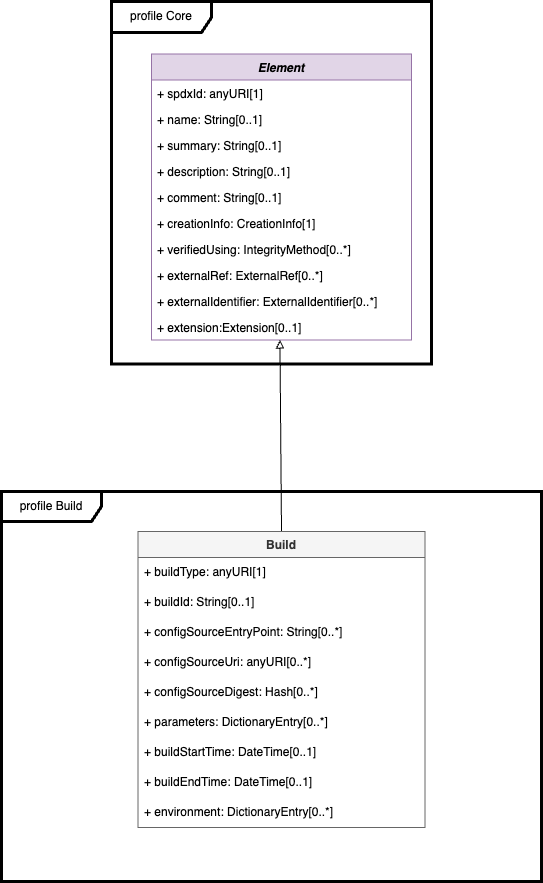
spdx/spdx-3-model keeps this draw.io diagram as model Build.png. Above is the earlier version. Source tidied: cells renumbered, new cells last; positions are measured from the earlier drawing's top-left corner, leaving out a move shared by most shapes. Its diagram source:
```xml
<mxGraphModel>
  <root>
    <mxCell id="0" />
    <mxCell id="1" parent="0" />
    <mxCell id="2" value="profile Core" style="shape=umlFrame;whiteSpace=wrap;html=1;width=100;height=31;strokeWidth=3;" parent="1" vertex="1">
      <mxGeometry x="110" width="320" height="362.5" as="geometry" />
    </mxCell>
    <mxCell id="3" value="Element" style="swimlane;fontStyle=3;horizontal=1;startSize=26;fillColor=#e1d5e7;strokeColor=#9673a6;" parent="1" vertex="1">
      <mxGeometry x="150" y="52.5" width="260" height="286" as="geometry" />
    </mxCell>
    <mxCell id="4" value="+ spdxId: anyURI[1]" style="text;strokeColor=none;fillColor=none;align=left;verticalAlign=top;spacingLeft=4;spacingRight=4;overflow=hidden;" parent="3" vertex="1">
      <mxGeometry y="26" width="260" height="26" as="geometry" />
    </mxCell>
    <mxCell id="5" value="+ name: String[0..1]" style="text;strokeColor=none;fillColor=none;align=left;verticalAlign=top;spacingLeft=4;spacingRight=4;overflow=hidden;" parent="3" vertex="1">
      <mxGeometry y="52" width="260" height="26" as="geometry" />
    </mxCell>
    <mxCell id="6" value="+ summary: String[0..1]" style="text;strokeColor=none;fillColor=none;align=left;verticalAlign=top;spacingLeft=4;spacingRight=4;overflow=hidden;" parent="3" vertex="1">
      <mxGeometry y="78" width="260" height="26" as="geometry" />
    </mxCell>
    <mxCell id="7" value="+ description: String[0..1]" style="text;strokeColor=none;fillColor=none;align=left;verticalAlign=top;spacingLeft=4;spacingRight=4;overflow=hidden;" parent="3" vertex="1">
      <mxGeometry y="104" width="260" height="26" as="geometry" />
    </mxCell>
    <mxCell id="8" value="+ comment: String[0..1]" style="text;strokeColor=none;fillColor=none;align=left;verticalAlign=top;spacingLeft=4;spacingRight=4;overflow=hidden;" parent="3" vertex="1">
      <mxGeometry y="130" width="260" height="26" as="geometry" />
    </mxCell>
    <mxCell id="9" value="+ creationInfo: CreationInfo[1]" style="text;strokeColor=none;fillColor=none;align=left;verticalAlign=top;spacingLeft=4;spacingRight=4;overflow=hidden;" parent="3" vertex="1">
      <mxGeometry y="156" width="260" height="26" as="geometry" />
    </mxCell>
    <mxCell id="10" value="+ verifiedUsing: IntegrityMethod[0..*]" style="text;strokeColor=none;fillColor=none;align=left;verticalAlign=top;spacingLeft=4;spacingRight=4;overflow=hidden;" parent="3" vertex="1">
      <mxGeometry y="182" width="260" height="26" as="geometry" />
    </mxCell>
    <mxCell id="11" value="+ externalRef: ExternalRef[0..*]" style="text;strokeColor=none;fillColor=none;align=left;verticalAlign=top;spacingLeft=4;spacingRight=4;overflow=hidden;fontColor=#000000;" parent="3" vertex="1">
      <mxGeometry y="208" width="260" height="26" as="geometry" />
    </mxCell>
    <mxCell id="12" value="+ externalIdentifier: ExternalIdentifier[0..*]" style="text;strokeColor=none;fillColor=none;align=left;verticalAlign=top;spacingLeft=4;spacingRight=4;overflow=hidden;" parent="3" vertex="1">
      <mxGeometry y="234" width="260" height="26" as="geometry" />
    </mxCell>
    <mxCell id="13" value="+ extension:Extension[0..1]" style="text;strokeColor=none;fillColor=none;align=left;verticalAlign=top;spacingLeft=4;spacingRight=4;overflow=hidden;points=[[0,0.5],[1,0.5]];portConstraint=eastwest;" parent="3" vertex="1">
      <mxGeometry y="260" width="260" height="26" as="geometry" />
    </mxCell>
    <mxCell id="14" style="endArrow=block;html=1;rounded=0;entryX=0.494;entryY=1;entryDx=0;entryDy=0;entryPerimeter=0;exitX=0.5;exitY=0;exitDx=0;exitDy=0;endFill=0;" parent="1" edge="1" source="16" target="13">
      <mxGeometry relative="1" as="geometry" />
    </mxCell>
    <mxCell id="15" value="profile Build" style="shape=umlFrame;whiteSpace=wrap;html=1;width=100;height=30;strokeWidth=3;" parent="1" vertex="1">
      <mxGeometry y="490" width="540" height="390" as="geometry" />
    </mxCell>
    <mxCell id="16" value="Build" style="swimlane;fontStyle=1;horizontal=1;startSize=26;fillColor=#f5f5f5;strokeColor=#666666;fontColor=#333333;" parent="1" vertex="1">
      <mxGeometry x="136.5" y="530" width="287" height="296" as="geometry" />
    </mxCell>
    <mxCell id="17" value="+ buildType: anyURI[1]" style="text;strokeColor=none;fillColor=none;align=left;verticalAlign=middle;spacingLeft=4;spacingRight=4;overflow=hidden;whiteSpace=wrap;html=1;" parent="16" vertex="1">
      <mxGeometry y="26" width="287" height="30" as="geometry" />
    </mxCell>
    <mxCell id="18" value="+ buildId: String[0..1]" style="text;strokeColor=none;fillColor=none;align=left;verticalAlign=middle;spacingLeft=4;spacingRight=4;overflow=hidden;whiteSpace=wrap;html=1;" parent="16" vertex="1">
      <mxGeometry y="56" width="287" height="30" as="geometry" />
    </mxCell>
    <mxCell id="19" value="+ configSourceEntryPoint: String[0..*]" style="text;strokeColor=none;fillColor=none;align=left;verticalAlign=middle;spacingLeft=4;spacingRight=4;overflow=hidden;whiteSpace=wrap;html=1;" parent="16" vertex="1">
      <mxGeometry y="86" width="287" height="30" as="geometry" />
    </mxCell>
    <mxCell id="20" value="+ configSourceUri: anyURI[0..*]" style="text;strokeColor=none;fillColor=none;align=left;verticalAlign=middle;spacingLeft=4;spacingRight=4;overflow=hidden;whiteSpace=wrap;html=1;" parent="16" vertex="1">
      <mxGeometry y="116" width="287" height="30" as="geometry" />
    </mxCell>
    <mxCell id="21" value="+ configSourceDigest: Hash[0..*]" style="text;strokeColor=none;fillColor=none;align=left;verticalAlign=middle;spacingLeft=4;spacingRight=4;overflow=hidden;whiteSpace=wrap;html=1;" parent="16" vertex="1">
      <mxGeometry y="146" width="287" height="30" as="geometry" />
    </mxCell>
    <mxCell id="22" value="+ parameters: DictionaryEntry[0..*]" style="text;strokeColor=none;fillColor=none;align=left;verticalAlign=middle;spacingLeft=4;spacingRight=4;overflow=hidden;whiteSpace=wrap;html=1;" parent="16" vertex="1">
      <mxGeometry y="176" width="287" height="30" as="geometry" />
    </mxCell>
    <mxCell id="23" value="+ buildStartTime: DateTime[0..1]" style="text;strokeColor=none;fillColor=none;align=left;verticalAlign=middle;spacingLeft=4;spacingRight=4;overflow=hidden;whiteSpace=wrap;html=1;" parent="16" vertex="1">
      <mxGeometry y="206" width="287" height="30" as="geometry" />
    </mxCell>
    <mxCell id="24" value="+ buildEndTime: DateTime[0..1]" style="text;strokeColor=none;fillColor=none;align=left;verticalAlign=middle;spacingLeft=4;spacingRight=4;overflow=hidden;whiteSpace=wrap;html=1;" parent="16" vertex="1">
      <mxGeometry y="236" width="287" height="30" as="geometry" />
    </mxCell>
    <mxCell id="25" value="+ environment: DictionaryEntry[0..*]" style="text;strokeColor=none;fillColor=none;align=left;verticalAlign=middle;spacingLeft=4;spacingRight=4;overflow=hidden;whiteSpace=wrap;html=1;" parent="16" vertex="1">
      <mxGeometry y="266" width="287" height="30" as="geometry" />
    </mxCell>
  </root>
</mxGraphModel>
```
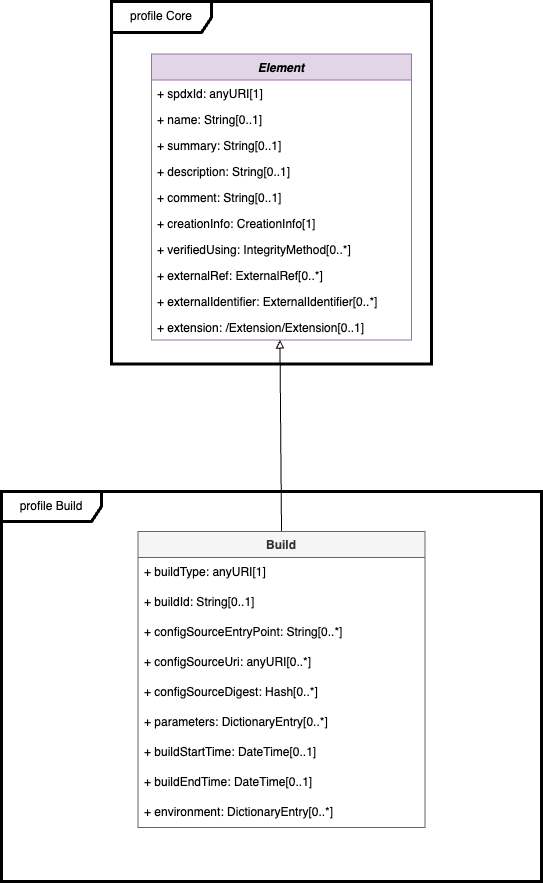
After the change.

The edit, as a diff of the source:
```diff
@@ -35,7 +35,7 @@
     <mxCell id="12" value="+ externalIdentifier: ExternalIdentifier[0..*]" style="text;strokeColor=none;fillColor=none;align=left;verticalAlign=top;spacingLeft=4;spacingRight=4;overflow=hidden;" parent="3" vertex="1">
       <mxGeometry y="234" width="260" height="26" as="geometry" />
     </mxCell>
-    <mxCell id="13" value="+ extension:Extension[0..1]" style="text;strokeColor=none;fillColor=none;align=left;verticalAlign=top;spacingLeft=4;spacingRight=4;overflow=hidden;points=[[0,0.5],[1,0.5]];portConstraint=eastwest;" parent="3" vertex="1">
+    <mxCell id="13" value="+ extension: /Extension/Extension[0..1]" style="text;strokeColor=none;fillColor=none;align=left;verticalAlign=top;spacingLeft=4;spacingRight=4;overflow=hidden;points=[[0,0.5],[1,0.5]];portConstraint=eastwest;" parent="3" vertex="1">
       <mxGeometry y="260" width="260" height="26" as="geometry" />
     </mxCell>
     <mxCell id="14" style="endArrow=block;html=1;rounded=0;entryX=0.494;entryY=1;entryDx=0;entryDy=0;entryPerimeter=0;exitX=0.5;exitY=0;exitDx=0;exitDy=0;endFill=0;" parent="1" edge="1" source="16" target="13">
```
